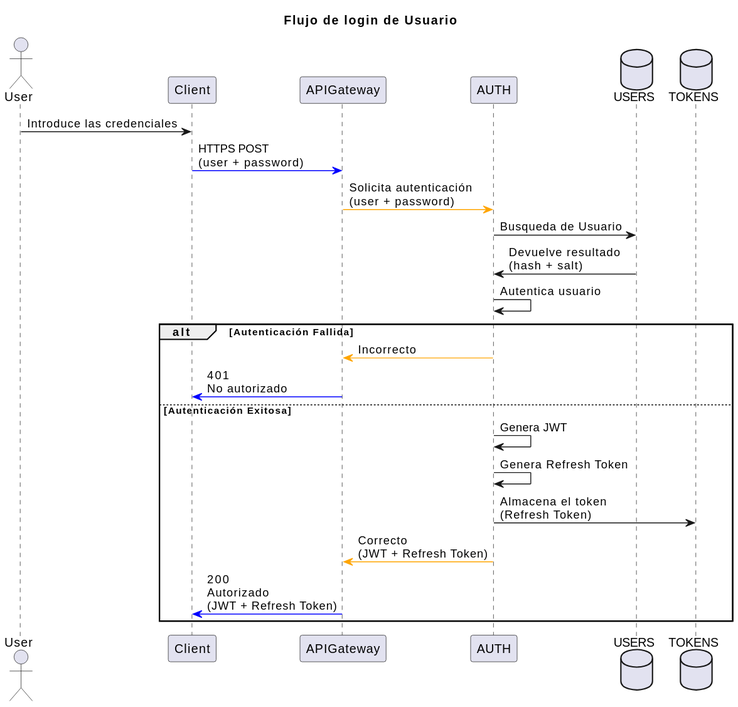
P4blo003/ikaros keeps this PlantUML diagram as diagrams/login_flow.svg. Above is the earlier version. Source of this version:
```plantuml
@startuml
title "Flujo de login de Usuario"

actor User as user

participant Client as client
participant APIGateway as gateway
participant AUTH as auth

database USERS as usersDB
database TOKENS as tokensDB

user->client: Introduce las credenciales
client-[#blue]>gateway: HTTPS POST\n(user + password)
gateway-[#orange]>auth: Solicita autenticación\n(user + password)
auth->usersDB: Busqueda de Usuario
usersDB->auth: Devuelve resultado\n(hash + salt)
auth->auth: Autentica usuario

alt Autenticación Fallida
  auth-[#orange]>gateway: Incorrecto
  gateway-[#blue]>client: 401\nNo autorizado

else Autenticación Exitosa
  auth->auth: Genera JWT
  auth->auth: Genera Refresh Token
  auth->tokensDB: Almacena el token\n(Refresh Token)
  auth-[#orange]>gateway: Correcto\n(JWT + Refresh Token)
  gateway-[#blue]>client: 200\nAutorizado\n(JWT + Refresh Token)
end
@enduml
```
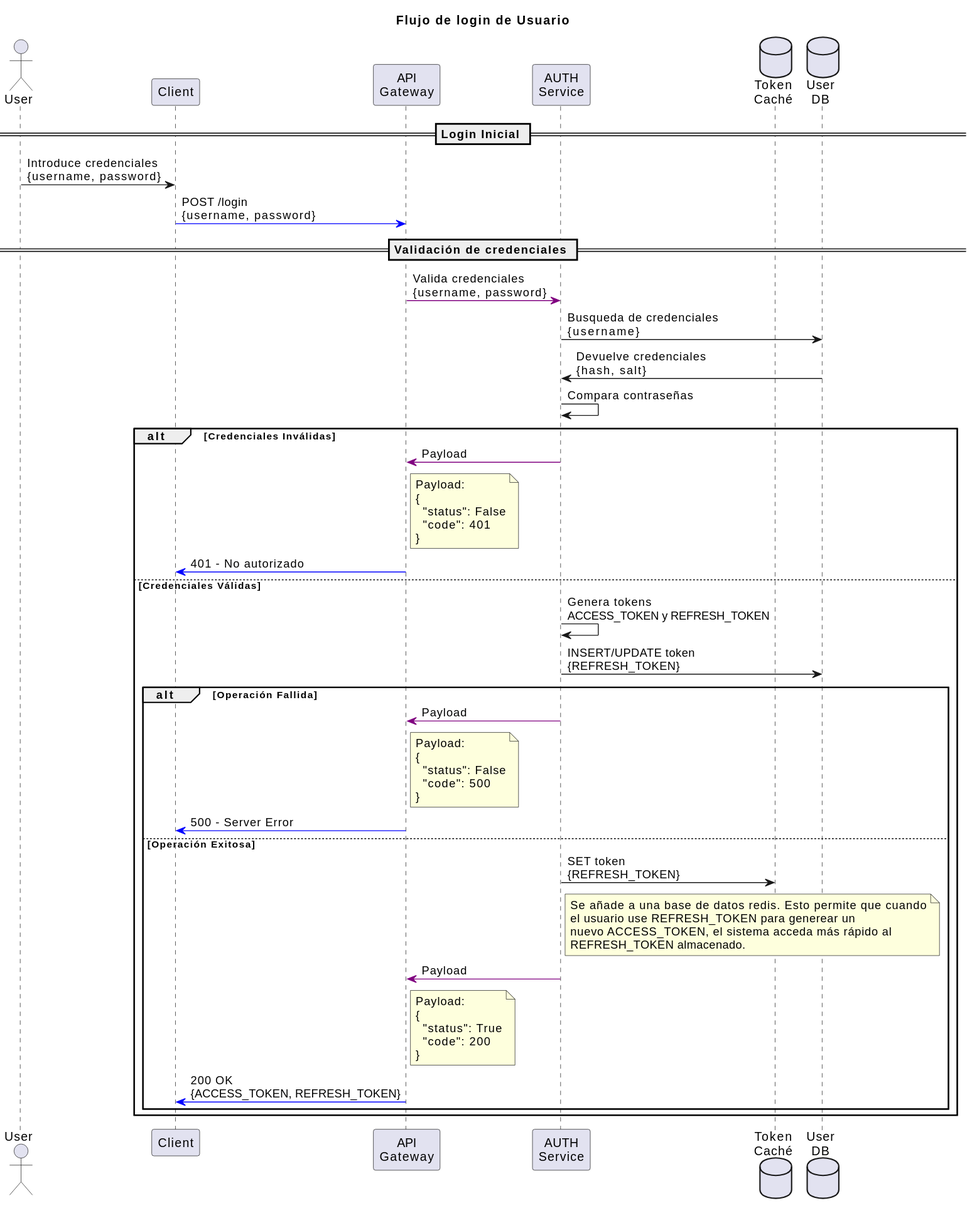
After the change.

Commit message:
docs(diagram): Modificar diagrama de flujo para login de usuario.

Change to the diagram source:
```diff
@@ -1,31 +1,82 @@
 @startuml
 title "Flujo de login de Usuario"
 
+
 actor User as user
+participant "Client" as client
+participant "API\nGateway" as gateway
+participant "AUTH\nService" as auth
 
-participant Client as client
-participant APIGateway as gateway
-participant AUTH as auth
+database "Token\nCaché" as tokenCache
+database "User\nDB" as userDB
 
-database USERS as usersDB
-database TOKENS as tokensDB
+== Login Inicial ==
 
-user->client: Introduce las credenciales
-client-[#blue]>gateway: HTTPS POST\n(user + password)
-gateway-[#orange]>auth: Solicita autenticación\n(user + password)
-auth->usersDB: Busqueda de Usuario
-usersDB->auth: Devuelve resultado\n(hash + salt)
-auth->auth: Autentica usuario
+user->client: Introduce credenciales\n{username, password}
+client-[#blue]>gateway: POST /login\n{username, password}
 
-alt Autenticación Fallida
-  auth-[#orange]>gateway: Incorrecto
-  gateway-[#blue]>client: 401\nNo autorizado
 
-else Autenticación Exitosa
-  auth->auth: Genera JWT
-  auth->auth: Genera Refresh Token
-  auth->tokensDB: Almacena el token\n(Refresh Token)
-  auth-[#orange]>gateway: Correcto\n(JWT + Refresh Token)
-  gateway-[#blue]>client: 200\nAutorizado\n(JWT + Refresh Token)
+== Validación de credenciales ==
+
+gateway-[#purple]>auth: Valida credenciales\n{username, password}
+auth->userDB: Busqueda de credenciales\n{username}
+userDB->auth: Devuelve credenciales\n{hash, salt}
+auth->auth: Compara contraseñas
+
+alt Credenciales Inválidas
+  auth-[#purple]>gateway: Payload
+
+  note right gateway
+    Payload:
+    {
+      "status": False
+      "code": 401
+    }
+  end note
+
+  gateway-[#blue]>client: 401 - No autorizado
+
+else Credenciales Válidas
+  auth->auth: Genera tokens\nACCESS_TOKEN y REFRESH_TOKEN
+
+  auth->userDB: INSERT/UPDATE token\n{REFRESH_TOKEN}
+
+  alt Operación Fallida
+    auth-[#purple]>gateway: Payload
+
+    note right gateway
+    Payload:
+    {
+      "status": False
+      "code": 500
+    }
+    end note
+
+    gateway-[#blue]>client: 500 - Server Error
+
+  else Operación Exitosa
+
+    auth->tokenCache: SET token\n{REFRESH_TOKEN}
+
+    note right auth
+      Se añade a una base de datos redis. Esto permite que cuando
+      el usuario use REFRESH_TOKEN para generear un
+      nuevo ACCESS_TOKEN, el sistema acceda más rápido al
+      REFRESH_TOKEN almacenado.
+    end note
+
+    auth-[#purple]>gateway: Payload
+
+    note right gateway
+    Payload:
+    {
+      "status": True
+      "code": 200
+    }
+    end note
+
+    gateway-[#blue]>client: 200 OK\n{ACCESS_TOKEN, REFRESH_TOKEN}
+
+  end
 end
 @enduml
```
